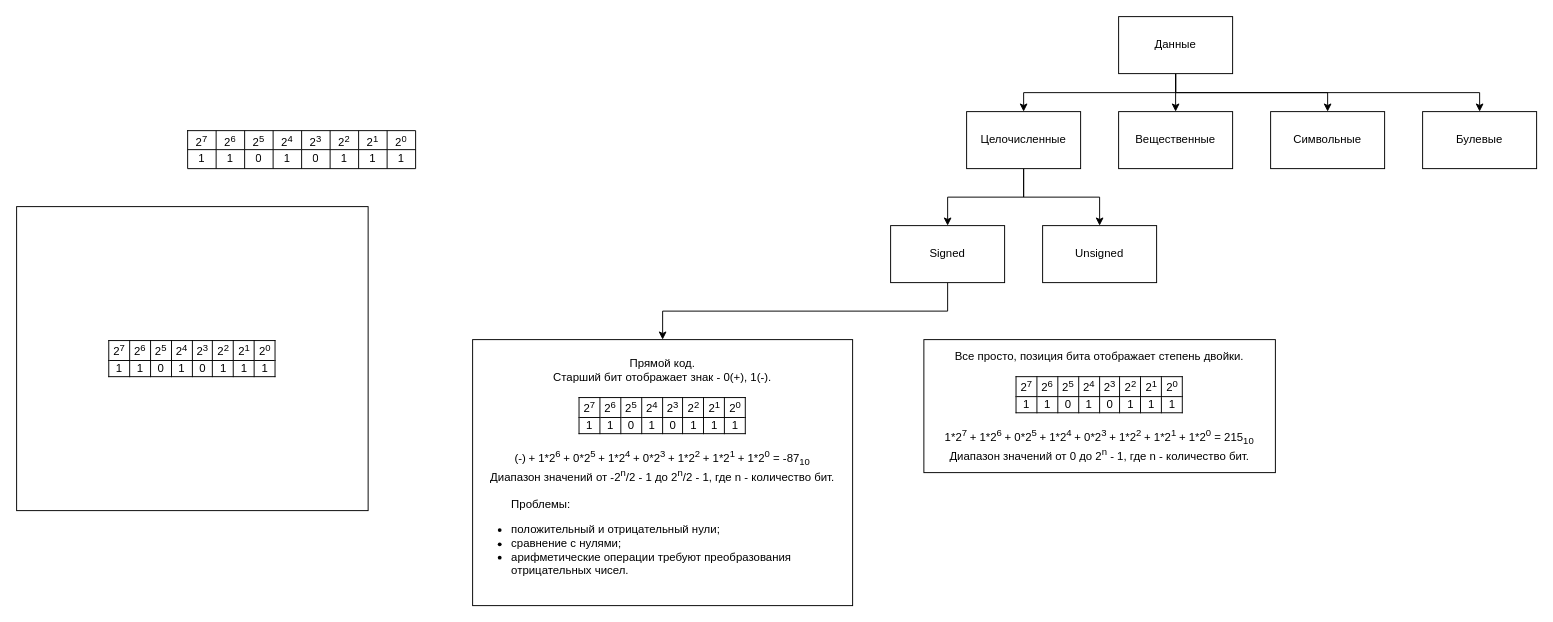
qjz/computer-science keeps this draw.io diagram as computer-architecture.drawio. Above is the earlier version. Source tidied: cells renumbered, new cells numbered last; positions are measured from the earlier drawing's top-left corner, leaving out a move shared by most shapes. Both pictures are drawn from the tidied source at 95%, with x=0, y=0 at pixel (16, 16).
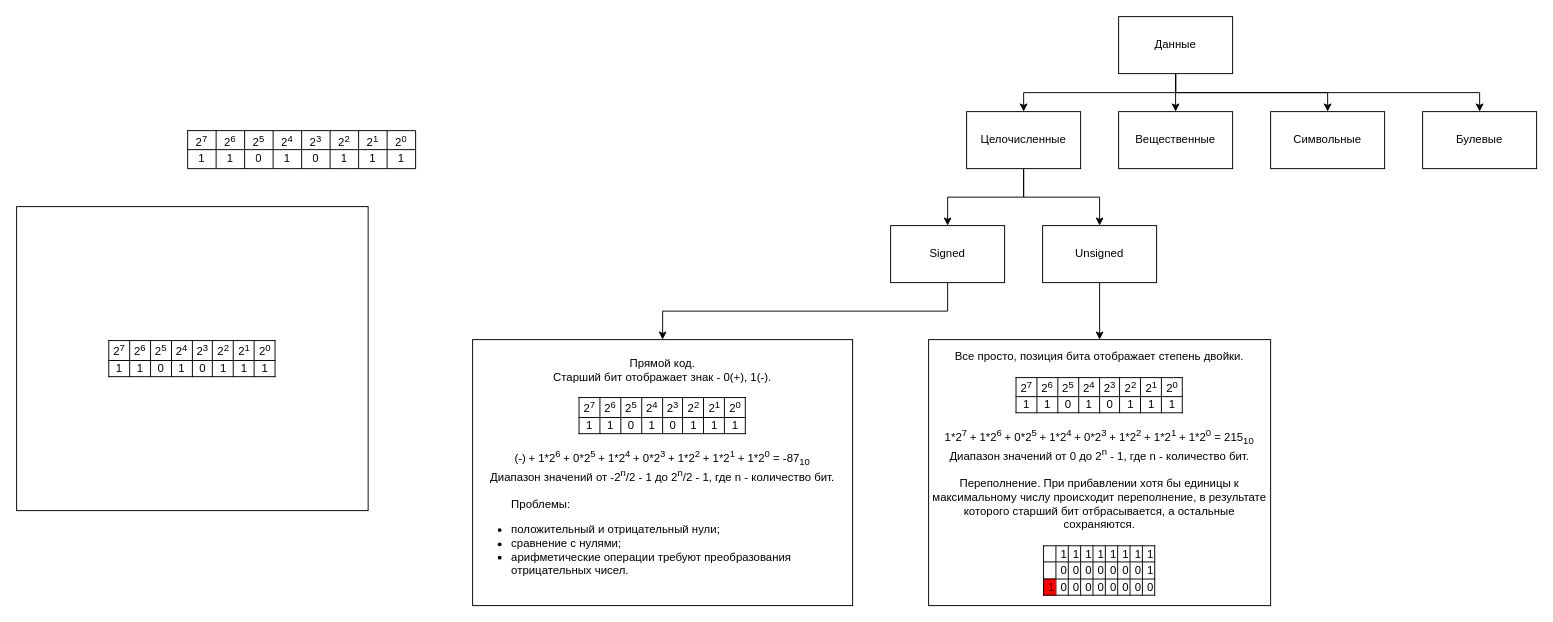
Above is the later version.

The change refers to these unchanged cells:
```xml
<mxCell id="15" value="Unsigned" style="rounded=0;whiteSpace=wrap;html=1;" parent="1" vertex="1">
  <mxGeometry x="1080" y="220" width="120" height="60" as="geometry" />
</mxCell>
```

The edit, as a diff of the source:
```diff
@@
+    <mxCell id="38" style="edgeStyle=orthogonalEdgeStyle;rounded=0;jettySize=auto;html=1;exitX=0.5;exitY=1;exitDx=0;exitDy=0;entryX=0.5;entryY=0;entryDx=0;entryDy=0;" parent="1" edge="1" source="15" target="37">
+      <mxGeometry relative="1" as="geometry" />
+    </mxCell>
@@
-    <mxCell id="37" value="Все просто, позиция бита отображает степень двойки.&lt;br&gt;&lt;br&gt;&lt;table border=&quot;1&quot; style=&quot;border: 1px solid rgb(0 , 0 , 0) ; border-collapse: collapse&quot; align=&quot;center&quot;&gt;&lt;tbody&gt;&lt;tr&gt;&lt;td&gt;&amp;nbsp;2&lt;sup&gt;7&lt;/sup&gt;&amp;nbsp;&lt;br&gt;&lt;/td&gt;&lt;td&gt;&amp;nbsp;2&lt;sup&gt;6&lt;/sup&gt;&amp;nbsp;&lt;br&gt;&lt;/td&gt;&lt;td&gt;&amp;nbsp;2&lt;sup&gt;5&lt;/sup&gt;&amp;nbsp;&lt;br&gt;&lt;/td&gt;&lt;td&gt;&amp;nbsp;2&lt;sup&gt;4&lt;/sup&gt;&amp;nbsp;&lt;br&gt;&lt;/td&gt;&lt;td&gt;&amp;nbsp;2&lt;sup&gt;3&lt;/sup&gt;&amp;nbsp;&lt;br&gt;&lt;/td&gt;&lt;td&gt;&amp;nbsp;2&lt;sup&gt;2&lt;/sup&gt;&amp;nbsp;&lt;br&gt;&lt;/td&gt;&lt;td&gt;&amp;nbsp;2&lt;sup&gt;1&lt;/sup&gt;&amp;nbsp;&lt;br&gt;&lt;/td&gt;&lt;td&gt;&amp;nbsp;2&lt;sup&gt;0&lt;/sup&gt;&amp;nbsp;&lt;br&gt;&lt;/td&gt;&lt;/tr&gt;&lt;tr&gt;&lt;td&gt;1&lt;/td&gt;&lt;td&gt;1&lt;/td&gt;&lt;td&gt;0&lt;/td&gt;&lt;td&gt;1&lt;/td&gt;&lt;td&gt;0&lt;/td&gt;&lt;td&gt;1&lt;/td&gt;&lt;td&gt;1&lt;/td&gt;&lt;td&gt;1&lt;/td&gt;&lt;/tr&gt;&lt;/tbody&gt;&lt;/table&gt;&lt;br&gt;1*2&lt;sup&gt;7&amp;nbsp;&lt;/sup&gt;+ 1*2&lt;sup&gt;6&amp;nbsp;&lt;/sup&gt;+ 0*2&lt;sup&gt;5&amp;nbsp;&lt;/sup&gt;+ 1*2&lt;sup&gt;4&amp;nbsp;&lt;/sup&gt;+ 0*2&lt;sup&gt;3&amp;nbsp;&lt;/sup&gt;+ 1*2&lt;sup&gt;2&amp;nbsp;&lt;/sup&gt;+ 1*2&lt;sup&gt;1&amp;nbsp;&lt;/sup&gt;+ 1*2&lt;sup&gt;0&lt;/sup&gt;&amp;nbsp;= 215&lt;sub&gt;10&lt;/sub&gt;&lt;br&gt;Диапазон значений от 0 до 2&lt;sup&gt;n&lt;/sup&gt;&amp;nbsp;- 1, где n - количество бит." style="whiteSpace=wrap;html=1;" parent="1" vertex="1">
-      <mxGeometry x="955" y="340" width="370" height="140" as="geometry" />
+    <mxCell id="37" value="Все просто, позиция бита отображает степень двойки.&lt;br&gt;&lt;br&gt;&lt;table border=&quot;1&quot; style=&quot;border: 1px solid rgb(0 , 0 , 0) ; border-collapse: collapse&quot; align=&quot;center&quot;&gt;&lt;tbody&gt;&lt;tr&gt;&lt;td&gt;&amp;nbsp;2&lt;sup&gt;7&lt;/sup&gt;&amp;nbsp;&lt;br&gt;&lt;/td&gt;&lt;td&gt;&amp;nbsp;2&lt;sup&gt;6&lt;/sup&gt;&amp;nbsp;&lt;br&gt;&lt;/td&gt;&lt;td&gt;&amp;nbsp;2&lt;sup&gt;5&lt;/sup&gt;&amp;nbsp;&lt;br&gt;&lt;/td&gt;&lt;td&gt;&amp;nbsp;2&lt;sup&gt;4&lt;/sup&gt;&amp;nbsp;&lt;br&gt;&lt;/td&gt;&lt;td&gt;&amp;nbsp;2&lt;sup&gt;3&lt;/sup&gt;&amp;nbsp;&lt;br&gt;&lt;/td&gt;&lt;td&gt;&amp;nbsp;2&lt;sup&gt;2&lt;/sup&gt;&amp;nbsp;&lt;br&gt;&lt;/td&gt;&lt;td&gt;&amp;nbsp;2&lt;sup&gt;1&lt;/sup&gt;&amp;nbsp;&lt;br&gt;&lt;/td&gt;&lt;td&gt;&amp;nbsp;2&lt;sup&gt;0&lt;/sup&gt;&amp;nbsp;&lt;br&gt;&lt;/td&gt;&lt;/tr&gt;&lt;tr&gt;&lt;td&gt;1&lt;/td&gt;&lt;td&gt;1&lt;/td&gt;&lt;td&gt;0&lt;/td&gt;&lt;td&gt;1&lt;/td&gt;&lt;td&gt;0&lt;/td&gt;&lt;td&gt;1&lt;/td&gt;&lt;td&gt;1&lt;/td&gt;&lt;td&gt;1&lt;/td&gt;&lt;/tr&gt;&lt;/tbody&gt;&lt;/table&gt;&lt;br&gt;1*2&lt;sup&gt;7&amp;nbsp;&lt;/sup&gt;+ 1*2&lt;sup&gt;6&amp;nbsp;&lt;/sup&gt;+ 0*2&lt;sup&gt;5&amp;nbsp;&lt;/sup&gt;+ 1*2&lt;sup&gt;4&amp;nbsp;&lt;/sup&gt;+ 0*2&lt;sup&gt;3&amp;nbsp;&lt;/sup&gt;+ 1*2&lt;sup&gt;2&amp;nbsp;&lt;/sup&gt;+ 1*2&lt;sup&gt;1&amp;nbsp;&lt;/sup&gt;+ 1*2&lt;sup&gt;0&lt;/sup&gt;&amp;nbsp;= 215&lt;sub&gt;10&lt;/sub&gt;&lt;br&gt;Диапазон значений от 0 до 2&lt;sup&gt;n&lt;/sup&gt;&amp;nbsp;- 1, где n - количество бит.&lt;br&gt;&lt;br&gt;Переполнение. При прибавлении хотя бы единицы к максимальному числу происходит переполнение, в результате которого старший бит отбрасывается, а остальные сохраняются.&lt;br&gt;&lt;br&gt;&lt;table border=&quot;1&quot; style=&quot;border: 1px solid rgb(0 , 0 , 0) ; border-collapse: collapse&quot; align=&quot;center&quot;&gt;&lt;tbody&gt;&lt;tr&gt;&lt;td&gt;&lt;br&gt;&lt;/td&gt;&lt;td&gt;&amp;nbsp;1&lt;/td&gt;&lt;td&gt;&amp;nbsp;1&lt;/td&gt;&lt;td&gt;&amp;nbsp;1&lt;/td&gt;&lt;td&gt;&amp;nbsp;1&lt;/td&gt;&lt;td&gt;&amp;nbsp;1&lt;/td&gt;&lt;td&gt;&amp;nbsp;1&lt;/td&gt;&lt;td&gt;&amp;nbsp;1&lt;/td&gt;&lt;td&gt;&amp;nbsp;1&lt;/td&gt;&lt;/tr&gt;&lt;tr&gt;&lt;td&gt;&lt;br&gt;&lt;/td&gt;&lt;td&gt;&amp;nbsp;0&lt;/td&gt;&lt;td&gt;&amp;nbsp;0&lt;/td&gt;&lt;td&gt;&amp;nbsp;0&lt;/td&gt;&lt;td&gt;&amp;nbsp;0&lt;/td&gt;&lt;td&gt;&amp;nbsp;0&lt;/td&gt;&lt;td&gt;&amp;nbsp;0&lt;/td&gt;&lt;td&gt;&amp;nbsp;0&lt;/td&gt;&lt;td&gt;&amp;nbsp;1&lt;/td&gt;&lt;/tr&gt;&lt;tr&gt;&lt;td style=&quot;background-color: rgb(255 , 0 , 0)&quot;&gt;&amp;nbsp;1&lt;/td&gt;&lt;td&gt;&amp;nbsp;0&lt;/td&gt;&lt;td&gt;&amp;nbsp;0&lt;/td&gt;&lt;td&gt;&amp;nbsp;0&lt;/td&gt;&lt;td&gt;&amp;nbsp;0&lt;/td&gt;&lt;td&gt;&amp;nbsp;0&lt;/td&gt;&lt;td&gt;&amp;nbsp;0&lt;/td&gt;&lt;td&gt;&amp;nbsp;0&lt;/td&gt;&lt;td&gt;&amp;nbsp;0&lt;/td&gt;&lt;/tr&gt;&lt;/tbody&gt;&lt;/table&gt;" style="whiteSpace=wrap;html=1;" parent="1" vertex="1">
+      <mxGeometry x="960" y="340" width="360" height="280" as="geometry" />
     </mxCell>
```
